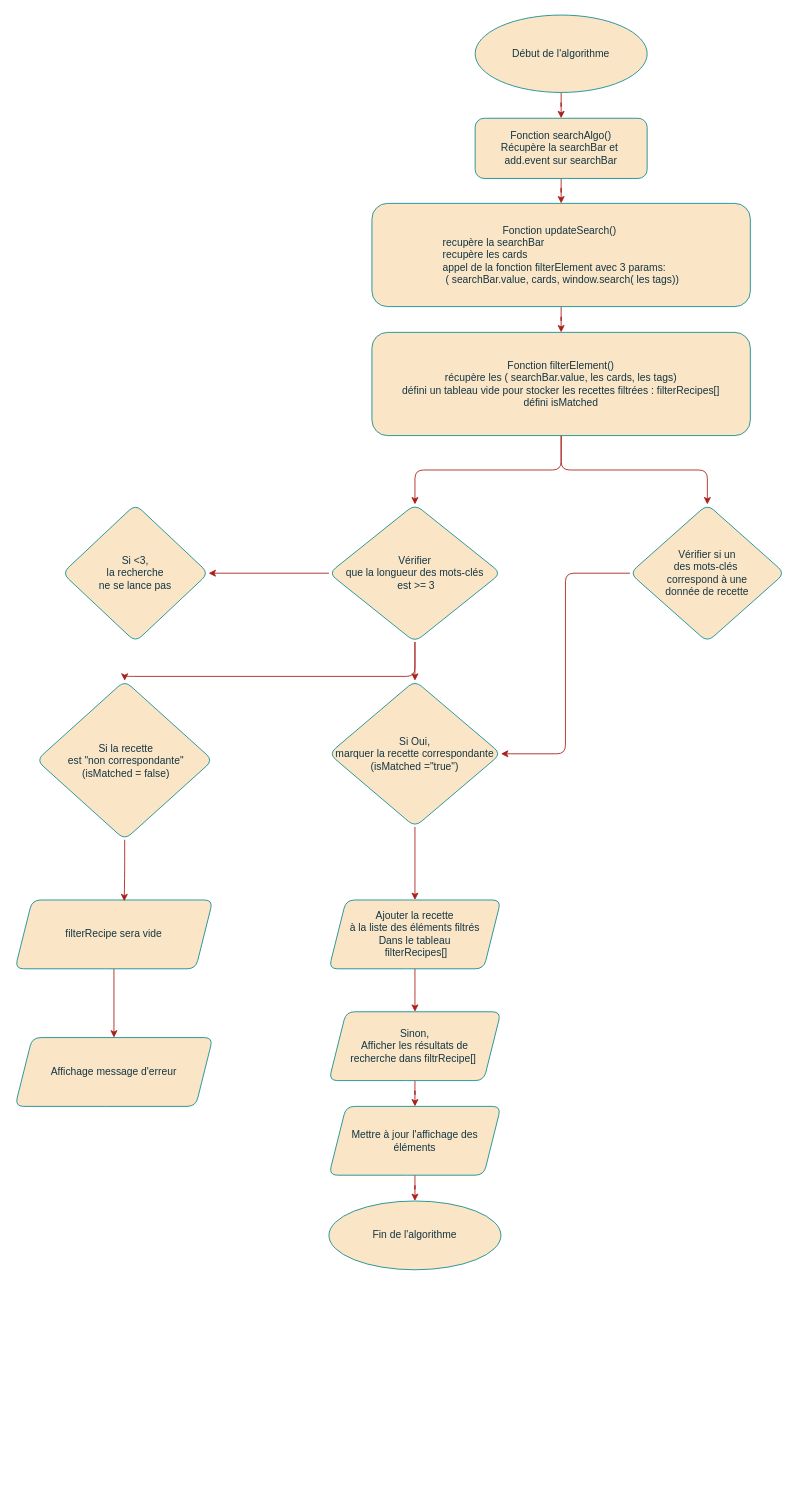
Above: Algo de recherche n°1.drawio in abaddon101/Projet---Les-Petits-Plats (draw.io), before the change. Source tidied: cells renumbered, new cells numbered last; positions are measured from the earlier drawing's top-left corner, leaving out a move shared by most shapes. Both pictures are drawn from the tidied source at 86%, with x=0, y=0 at pixel (15, 15).
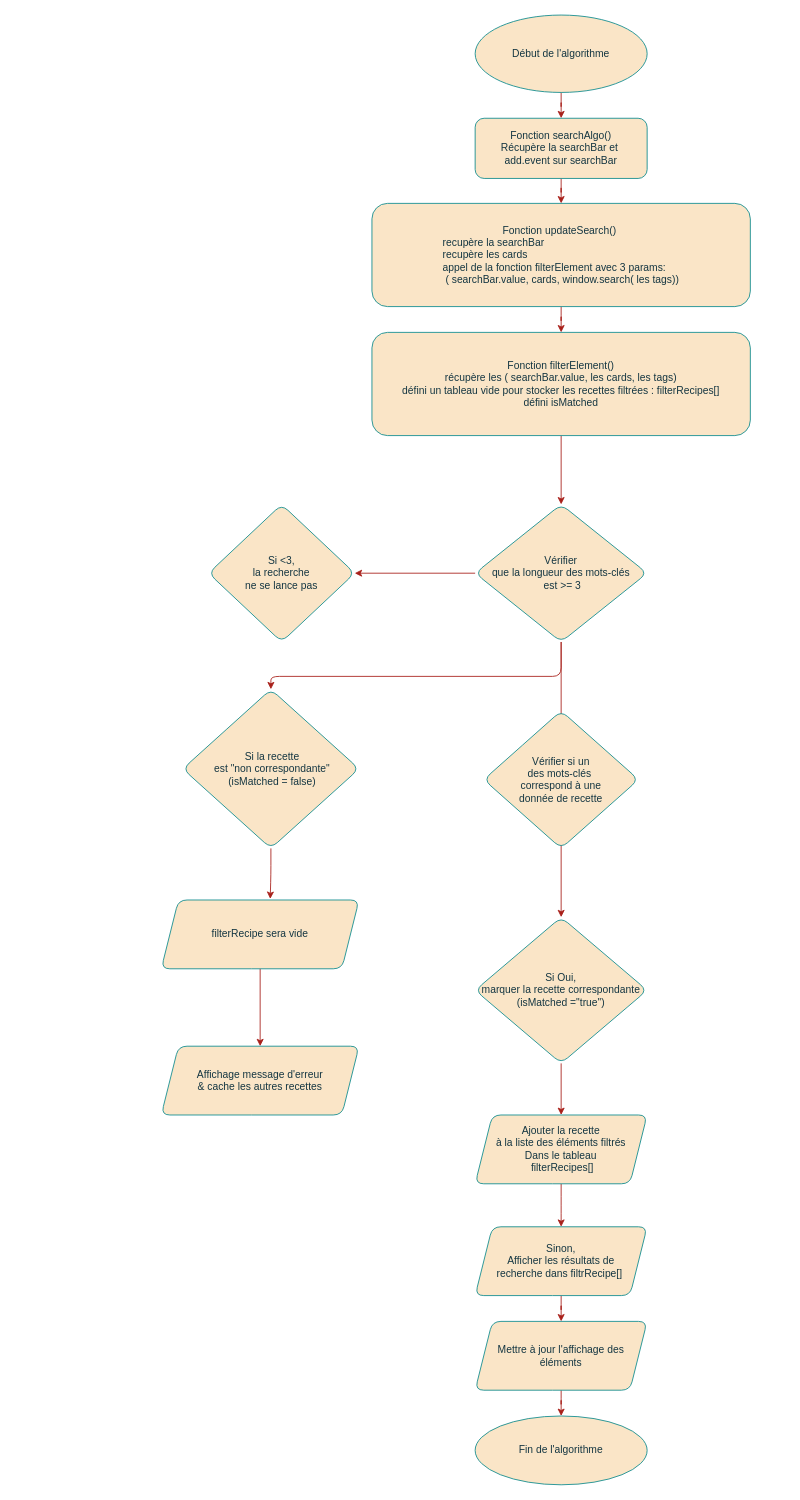
The same page after the edit.

Commit message:
Mettre à jour Algo de recherche n°1.drawio

The change refers to these unchanged cells:
```xml
<mxCell id="12" value="Fonction filterElement()&lt;br&gt;récupère les ( searchBar.value,&amp;nbsp;les cards,&amp;nbsp;les tags)&lt;br&gt;défini un tableau vide pour stocker les recettes filtrées : filterRecipes[]&lt;br&gt;défini isMatched" style="rounded=1;whiteSpace=wrap;html=1;labelBackgroundColor=none;fillColor=#FAE5C7;strokeColor=#0F8B8D;fontColor=#143642;" parent="1" vertex="1">
  <mxGeometry x="415" y="369" width="440" height="120" as="geometry" />
</mxCell>
```

Change to the diagram source:
```diff
@@
     <mxCell id="3" value="filterRecipe sera vide" style="shape=parallelogram;perimeter=parallelogramPerimeter;whiteSpace=wrap;html=1;fixedSize=1;labelBackgroundColor=none;fillColor=#FAE5C7;strokeColor=#0F8B8D;fontColor=#143642;rounded=1;" parent="1" vertex="1">
-      <mxGeometry y="1029" width="230" height="80" as="geometry" />
+      <mxGeometry x="170" y="1029" width="230" height="80" as="geometry" />
     </mxCell>
@@
-    <mxCell id="11" style="edgeStyle=orthogonalEdgeStyle;rounded=1;jettySize=auto;html=1;entryX=0.5;entryY=0;entryDx=0;entryDy=0;labelBackgroundColor=none;strokeColor=#A8201A;fontColor=default;" parent="1" edge="1" source="12" target="28">
-      <mxGeometry relative="1" as="geometry" />
-    </mxCell>
@@
     <mxCell id="15" style="edgeStyle=orthogonalEdgeStyle;rounded=1;jettySize=auto;html=1;entryX=0.5;entryY=0;entryDx=0;entryDy=0;strokeColor=#A8201A;fontColor=#143642;fillColor=#FAE5C7;" parent="1" edge="1" source="16" target="30">
       <mxGeometry relative="1" as="geometry">
         <Array as="points">
-          <mxPoint x="465" y="769" />
-          <mxPoint x="128" y="769" />
+          <mxPoint x="635" y="769" />
+          <mxPoint x="298" y="769" />
         </Array>
       </mxGeometry>
     </mxCell>
     <mxCell id="16" value="Vérifier &lt;br&gt;que la longueur des mots-clés&lt;br&gt;&amp;nbsp;est &amp;gt;= 3 " style="rhombus;whiteSpace=wrap;html=1;rounded=1;labelBackgroundColor=none;fillColor=#FAE5C7;strokeColor=#0F8B8D;fontColor=#143642;" parent="1" vertex="1">
-      <mxGeometry x="365" y="569" width="200" height="160" as="geometry" />
+      <mxGeometry x="535" y="569" width="200" height="160" as="geometry" />
     </mxCell>
@@
     <mxCell id="18" value="Si Oui, &lt;br&gt;marquer la recette correspondante (isMatched =&quot;true&quot;)" style="rhombus;whiteSpace=wrap;html=1;labelBackgroundColor=none;fillColor=#FAE5C7;strokeColor=#0F8B8D;fontColor=#143642;rounded=1;" parent="1" vertex="1">
-      <mxGeometry x="365" y="774" width="200" height="170" as="geometry" />
+      <mxGeometry x="535" y="1049" width="200" height="170" as="geometry" />
     </mxCell>
     <mxCell id="19" style="edgeStyle=orthogonalEdgeStyle;rounded=1;jettySize=auto;html=1;labelBackgroundColor=none;strokeColor=#A8201A;fontColor=default;" parent="1" edge="1" source="20">
       <mxGeometry relative="1" as="geometry">
-        <mxPoint x="465" y="1159" as="targetPoint" />
+        <mxPoint x="635" y="1409" as="targetPoint" />
       </mxGeometry>
     </mxCell>
     <mxCell id="20" value="Ajouter la recette&lt;br&gt;à la liste des éléments filtrés&lt;br&gt;Dans le tableau&lt;br&gt;&amp;nbsp;filterRecipes[]" style="shape=parallelogram;perimeter=parallelogramPerimeter;whiteSpace=wrap;html=1;fixedSize=1;labelBackgroundColor=none;fillColor=#FAE5C7;strokeColor=#0F8B8D;fontColor=#143642;rounded=1;" parent="1" vertex="1">
-      <mxGeometry x="365" y="1029" width="200" height="80" as="geometry" />
+      <mxGeometry x="535" y="1279" width="200" height="80" as="geometry" />
     </mxCell>
@@
     <mxCell id="22" value="Sinon,&lt;br&gt;Afficher les résultats de&lt;br&gt;recherche dans filtrRecipe[]&amp;nbsp;" style="shape=parallelogram;perimeter=parallelogramPerimeter;whiteSpace=wrap;html=1;fixedSize=1;labelBackgroundColor=none;fillColor=#FAE5C7;strokeColor=#0F8B8D;fontColor=#143642;rounded=1;" parent="1" vertex="1">
-      <mxGeometry x="365" y="1159" width="200" height="80" as="geometry" />
+      <mxGeometry x="535" y="1409" width="200" height="80" as="geometry" />
     </mxCell>
@@
     <mxCell id="24" value="Mettre à jour l'affichage des éléments" style="shape=parallelogram;perimeter=parallelogramPerimeter;whiteSpace=wrap;html=1;fixedSize=1;labelBackgroundColor=none;fillColor=#FAE5C7;strokeColor=#0F8B8D;fontColor=#143642;rounded=1;" parent="1" vertex="1">
-      <mxGeometry x="365" y="1269" width="200" height="80" as="geometry" />
+      <mxGeometry x="535" y="1519" width="200" height="80" as="geometry" />
     </mxCell>
     <mxCell id="25" value="Fin de l'algorithme" style="ellipse;whiteSpace=wrap;html=1;labelBackgroundColor=none;fillColor=#FAE5C7;strokeColor=#0F8B8D;fontColor=#143642;rounded=1;" parent="1" vertex="1">
-      <mxGeometry x="365" y="1379" width="200" height="80" as="geometry" />
+      <mxGeometry x="535" y="1629" width="200" height="80" as="geometry" />
     </mxCell>
@@
-    <mxCell id="27" style="edgeStyle=orthogonalEdgeStyle;rounded=1;jettySize=auto;html=1;entryX=1;entryY=0.5;entryDx=0;entryDy=0;strokeColor=#A8201A;fontColor=#143642;fillColor=#FAE5C7;" parent="1" edge="1" source="28" target="18">
-      <mxGeometry relative="1" as="geometry" />
-    </mxCell>
     <mxCell id="28" value="Vérifier si un &lt;br&gt;des mots-clés&amp;nbsp;&lt;br&gt;correspond à une &lt;br&gt;donnée de recette" style="rhombus;whiteSpace=wrap;html=1;rounded=1;labelBackgroundColor=none;fillColor=#FAE5C7;strokeColor=#0F8B8D;fontColor=#143642;" parent="1" vertex="1">
-      <mxGeometry x="715" y="569" width="180" height="160" as="geometry" />
+      <mxGeometry x="545" y="809" width="180" height="160" as="geometry" />
     </mxCell>
-    <mxCell id="29" style="edgeStyle=orthogonalEdgeStyle;rounded=1;jettySize=auto;html=1;entryX=0.552;entryY=0.018;entryDx=0;entryDy=0;entryPerimeter=0;strokeColor=#A8201A;fontColor=#143642;fillColor=#FAE5C7;" parent="1" edge="1" source="30" target="3">
+    <mxCell id="29" style="edgeStyle=orthogonalEdgeStyle;rounded=1;jettySize=auto;html=1;entryX=0.551;entryY=-0.016;entryDx=0;entryDy=0;entryPerimeter=0;strokeColor=#A8201A;fontColor=#143642;fillColor=#FAE5C7;" parent="1" edge="1" source="30" target="3">
       <mxGeometry relative="1" as="geometry" />
     </mxCell>
     <mxCell id="30" value="&amp;nbsp;Si la recette&lt;br style=&quot;border-color: var(--border-color);&quot;&gt;&amp;nbsp;est &quot;non correspondante&quot;&lt;br style=&quot;border-color: var(--border-color);&quot;&gt;&amp;nbsp;(isMatched = false)" style="rhombus;whiteSpace=wrap;html=1;rounded=1;labelBackgroundColor=none;fillColor=#FAE5C7;strokeColor=#0F8B8D;fontColor=#143642;" parent="1" vertex="1">
-      <mxGeometry x="25" y="774" width="205" height="185" as="geometry" />
+      <mxGeometry x="195" y="784" width="205" height="185" as="geometry" />
     </mxCell>
     <mxCell id="31" value="Si &amp;lt;3, &lt;br&gt;la recherche &lt;br&gt;ne se lance pas" style="rhombus;whiteSpace=wrap;html=1;strokeColor=#0F8B8D;fontColor=#143642;fillColor=#FAE5C7;rounded=1;" parent="1" vertex="1">
-      <mxGeometry x="55" y="569" width="170" height="160" as="geometry" />
+      <mxGeometry x="225" y="569" width="170" height="160" as="geometry" />
     </mxCell>
-    <mxCell id="32" value="Affichage message d'erreur" style="shape=parallelogram;perimeter=parallelogramPerimeter;whiteSpace=wrap;html=1;fixedSize=1;labelBackgroundColor=none;fillColor=#FAE5C7;strokeColor=#0F8B8D;fontColor=#143642;rounded=1;" parent="1" vertex="1">
-      <mxGeometry y="1189" width="230" height="80" as="geometry" />
+    <mxCell id="32" value="Affichage message d'erreur&lt;br&gt;&amp;amp; cache les autres recettes" style="shape=parallelogram;perimeter=parallelogramPerimeter;whiteSpace=wrap;html=1;fixedSize=1;labelBackgroundColor=none;fillColor=#FAE5C7;strokeColor=#0F8B8D;fontColor=#143642;rounded=1;" parent="1" vertex="1">
+      <mxGeometry x="170" y="1199" width="230" height="80" as="geometry" />
     </mxCell>
```
